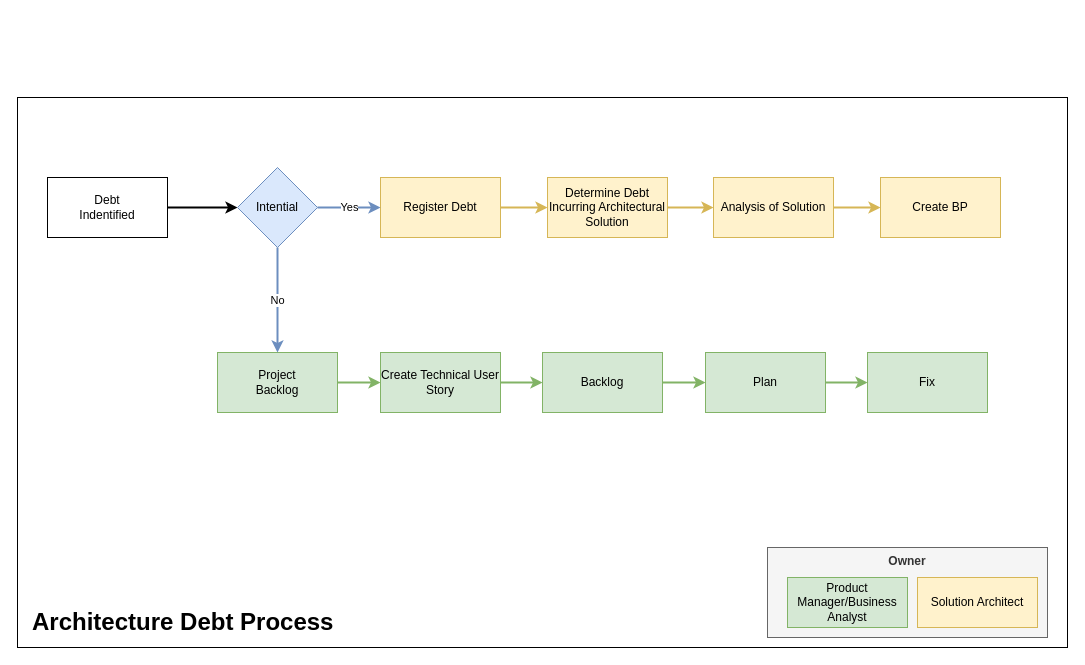
saileshsharma/saileshsharma keeps this draw.io diagram as ArchitectureDebtProcess.drawio. Above is the earlier version. Source tidied: cells renumbered, new cells numbered last; positions are measured from the earlier drawing's top-left corner, leaving out a move shared by most shapes. Both pictures are drawn from the tidied source at 100%, with x=0, y=0 at pixel (17, 97).
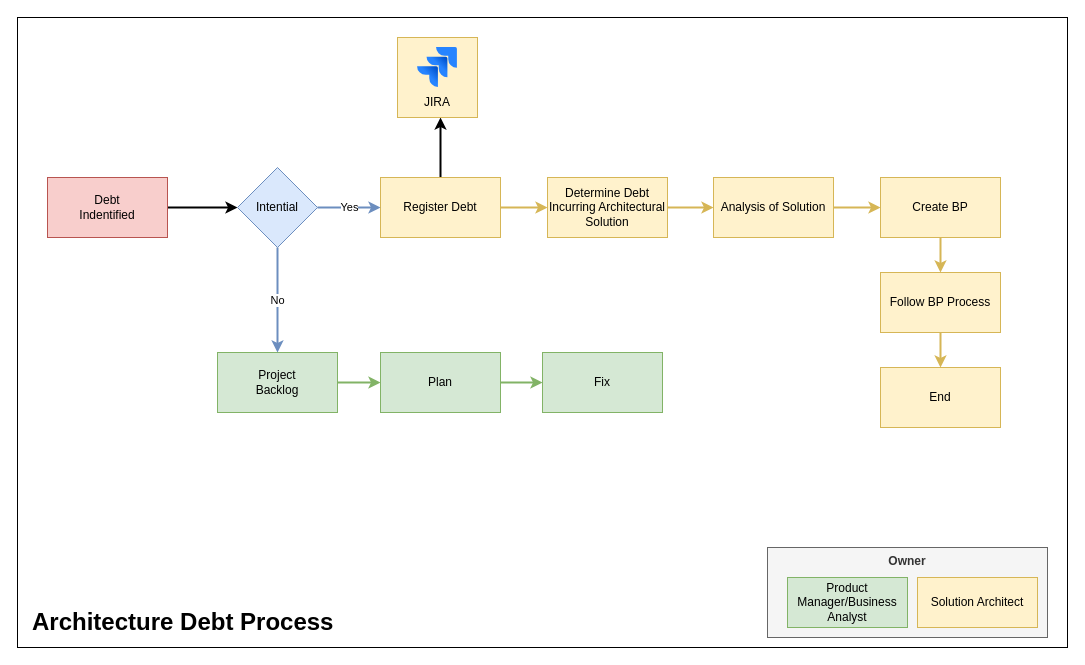
Above is the later version.

Unchanged cells that the change refers to:
```xml
<mxCell id="4" value="Register Debt" style="rounded=0;whiteSpace=wrap;html=1;fillColor=#fff2cc;strokeColor=#d6b656;" parent="1" vertex="1">
  <mxGeometry x="363" y="80" width="120" height="60" as="geometry" />
</mxCell>
<mxCell id="13" value="Create BP" style="rounded=0;whiteSpace=wrap;html=1;fillColor=#fff2cc;strokeColor=#d6b656;" parent="1" vertex="1">
  <mxGeometry x="863" y="80" width="120" height="60" as="geometry" />
</mxCell>
```

The edit, as a diff of the source:
```diff
@@
     <mxCell id="2" style="rounded=0;whiteSpace=wrap;html=1;" parent="1" vertex="1">
-      <mxGeometry width="1050" height="550" as="geometry" />
+      <mxGeometry y="-80" width="1050" height="630" as="geometry" />
     </mxCell>
@@
+    <mxCell id="29" style="edgeStyle=orthogonalEdgeStyle;rounded=0;jettySize=auto;html=1;strokeWidth=2;" parent="1" edge="1" source="4">
+      <mxGeometry relative="1" as="geometry">
+        <mxPoint x="423" y="20" as="targetPoint" />
+      </mxGeometry>
+    </mxCell>
@@
-    <mxCell id="8" value="Create Technical User Story" style="rounded=0;whiteSpace=wrap;html=1;fillColor=#d5e8d4;strokeColor=#82b366;" parent="1" vertex="1">
+    <mxCell id="8" value="Plan" style="rounded=0;whiteSpace=wrap;html=1;fillColor=#d5e8d4;strokeColor=#82b366;" parent="1" vertex="1">
       <mxGeometry x="363" y="255" width="120" height="60" as="geometry" />
     </mxCell>
@@
+    <mxCell id="30" style="edgeStyle=orthogonalEdgeStyle;rounded=0;jettySize=auto;html=1;strokeWidth=2;fillColor=#fff2cc;strokeColor=#d6b656;" parent="1" edge="1" source="13" target="36">
+      <mxGeometry relative="1" as="geometry" />
+    </mxCell>
@@
-    <mxCell id="14" style="edgeStyle=orthogonalEdgeStyle;rounded=0;jettySize=auto;html=1;entryX=0;entryY=0.5;entryDx=0;entryDy=0;fillColor=#d5e8d4;strokeColor=#82b366;strokeWidth=2;" parent="1" edge="1" source="15" target="17">
-      <mxGeometry relative="1" as="geometry" />
-    </mxCell>
-    <mxCell id="15" value="Backlog" style="rounded=0;whiteSpace=wrap;html=1;fillColor=#d5e8d4;strokeColor=#82b366;" parent="1" vertex="1">
+    <mxCell id="15" value="Fix" style="rounded=0;whiteSpace=wrap;html=1;fillColor=#d5e8d4;strokeColor=#82b366;" parent="1" vertex="1">
       <mxGeometry x="525" y="255" width="120" height="60" as="geometry" />
     </mxCell>
-    <mxCell id="16" style="edgeStyle=orthogonalEdgeStyle;rounded=0;jettySize=auto;html=1;fillColor=#d5e8d4;strokeColor=#82b366;strokeWidth=2;" parent="1" edge="1" source="17" target="18">
-      <mxGeometry relative="1" as="geometry" />
-    </mxCell>
-    <mxCell id="17" value="Plan" style="rounded=0;whiteSpace=wrap;html=1;fillColor=#d5e8d4;strokeColor=#82b366;" parent="1" vertex="1">
-      <mxGeometry x="688" y="255" width="120" height="60" as="geometry" />
-    </mxCell>
-    <mxCell id="18" value="Fix" style="rounded=0;whiteSpace=wrap;html=1;fillColor=#d5e8d4;strokeColor=#82b366;" parent="1" vertex="1">
-      <mxGeometry x="850" y="255" width="120" height="60" as="geometry" />
-    </mxCell>
@@
-    <mxCell id="20" value="Debt&lt;br&gt;Indentified" style="rounded=0;whiteSpace=wrap;html=1;" parent="1" vertex="1">
+    <mxCell id="20" value="Debt&lt;br&gt;Indentified" style="rounded=0;whiteSpace=wrap;html=1;fillColor=#f8cecc;strokeColor=#b85450;" parent="1" vertex="1">
       <mxGeometry x="30" y="80" width="120" height="60" as="geometry" />
     </mxCell>
@@
+    <mxCell id="31" style="group;" parent="1" vertex="1">
+      <mxGeometry x="380" y="-60" width="80" height="80" as="geometry" />
+    </mxCell>
+    <mxCell id="32" style="whiteSpace=wrap;html=1;fillColor=#fff2cc;strokeColor=#d6b656;" parent="31" vertex="1">
+      <mxGeometry width="80" height="80" as="geometry" />
+    </mxCell>
+    <mxCell id="33" style="image;image=img/lib/atlassian/Jira_Logo.svg;" parent="31" vertex="1">
+      <mxGeometry x="20" y="10" width="40" height="40" as="geometry" />
+    </mxCell>
+    <mxCell id="34" value="JIRA" style="text;html=1;strokeColor=none;fillColor=none;align=center;verticalAlign=middle;whiteSpace=wrap;rounded=0;" parent="31" vertex="1">
+      <mxGeometry x="10" y="50" width="60" height="30" as="geometry" />
+    </mxCell>
+    <mxCell id="35" style="edgeStyle=orthogonalEdgeStyle;rounded=0;jettySize=auto;html=1;entryX=0.5;entryY=0;entryDx=0;entryDy=0;strokeWidth=2;fillColor=#fff2cc;strokeColor=#d6b656;" parent="1" edge="1" source="36" target="37">
+      <mxGeometry relative="1" as="geometry" />
+    </mxCell>
+    <mxCell id="36" value="Follow BP Process" style="rounded=0;whiteSpace=wrap;html=1;fillColor=#fff2cc;strokeColor=#d6b656;" parent="1" vertex="1">
+      <mxGeometry x="863" y="175" width="120" height="60" as="geometry" />
+    </mxCell>
+    <mxCell id="37" value="End" style="rounded=0;whiteSpace=wrap;html=1;fillColor=#fff2cc;strokeColor=#d6b656;" parent="1" vertex="1">
+      <mxGeometry x="863" y="270" width="120" height="60" as="geometry" />
+    </mxCell>
```
